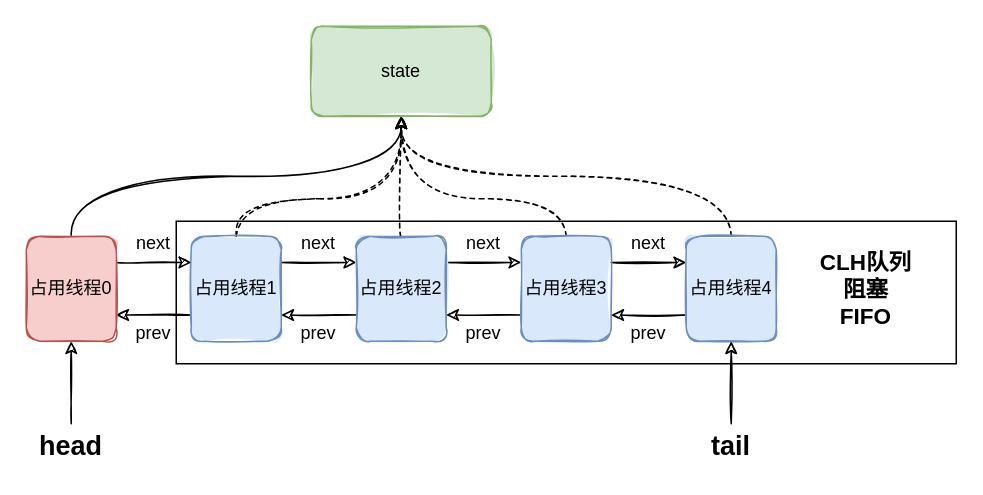
This is draw-io/AQS.drawio from kpsmile95/file-repository, a draw.io file, before an edit. Source tidied: cells renumbered, new cells numbered last; positions are measured from the earlier drawing's top-left corner, leaving out a move shared by most shapes. Both pictures are drawn from the tidied source at 150%, with x=0, y=0 at pixel (26, 26).
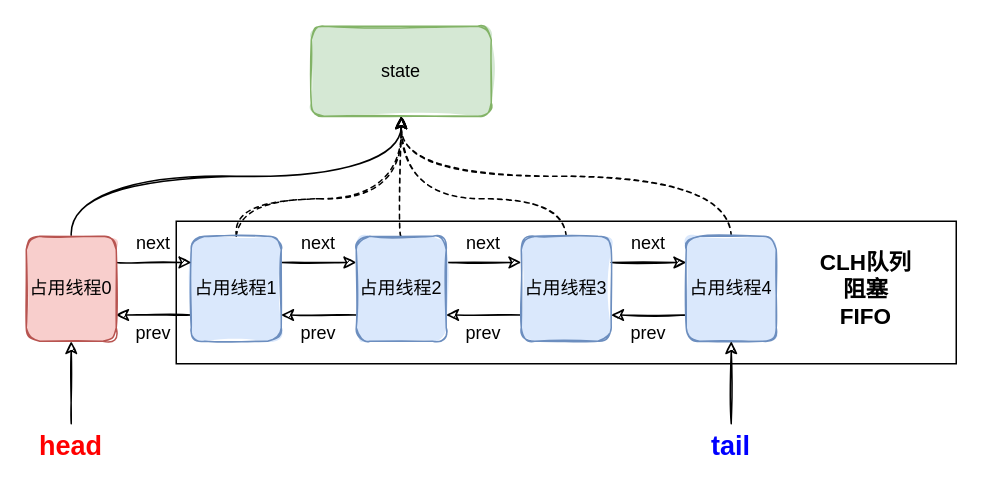
Above is the later version.

What changed in the source:
```diff
@@
-    <mxCell id="23" value="&lt;font style=&quot;font-size: 18px;&quot;&gt;&lt;b&gt;head&lt;/b&gt;&lt;/font&gt;" style="text;html=1;strokeColor=none;fillColor=none;align=center;verticalAlign=middle;whiteSpace=wrap;rounded=0;sketch=1;" parent="1" vertex="1">
+    <mxCell id="23" value="&lt;font style=&quot;font-size: 18px;&quot; color=&quot;#FF0000&quot;&gt;&lt;b&gt;head&lt;/b&gt;&lt;/font&gt;" style="text;html=1;strokeColor=none;fillColor=none;align=center;verticalAlign=middle;whiteSpace=wrap;rounded=0;sketch=1;" parent="1" vertex="1">
       <mxGeometry y="265" width="60" height="30" as="geometry" />
     </mxCell>
@@
-    <mxCell id="33" value="&lt;div style=&quot;font-size: 18px;&quot;&gt;&lt;font style=&quot;font-size: 18px;&quot;&gt;&lt;b&gt;tail&lt;/b&gt;&lt;/font&gt;&lt;/div&gt;" style="text;html=1;strokeColor=none;fillColor=none;align=center;verticalAlign=middle;whiteSpace=wrap;rounded=0;sketch=1;" parent="1" vertex="1">
+    <mxCell id="33" value="&lt;div style=&quot;font-size: 18px;&quot;&gt;&lt;font style=&quot;font-size: 18px;&quot; color=&quot;#0000FF&quot;&gt;&lt;b&gt;tail&lt;/b&gt;&lt;/font&gt;&lt;/div&gt;" style="text;html=1;strokeColor=none;fillColor=none;align=center;verticalAlign=middle;whiteSpace=wrap;rounded=0;sketch=1;" parent="1" vertex="1">
       <mxGeometry x="440" y="265" width="60" height="30" as="geometry" />
     </mxCell>
```
